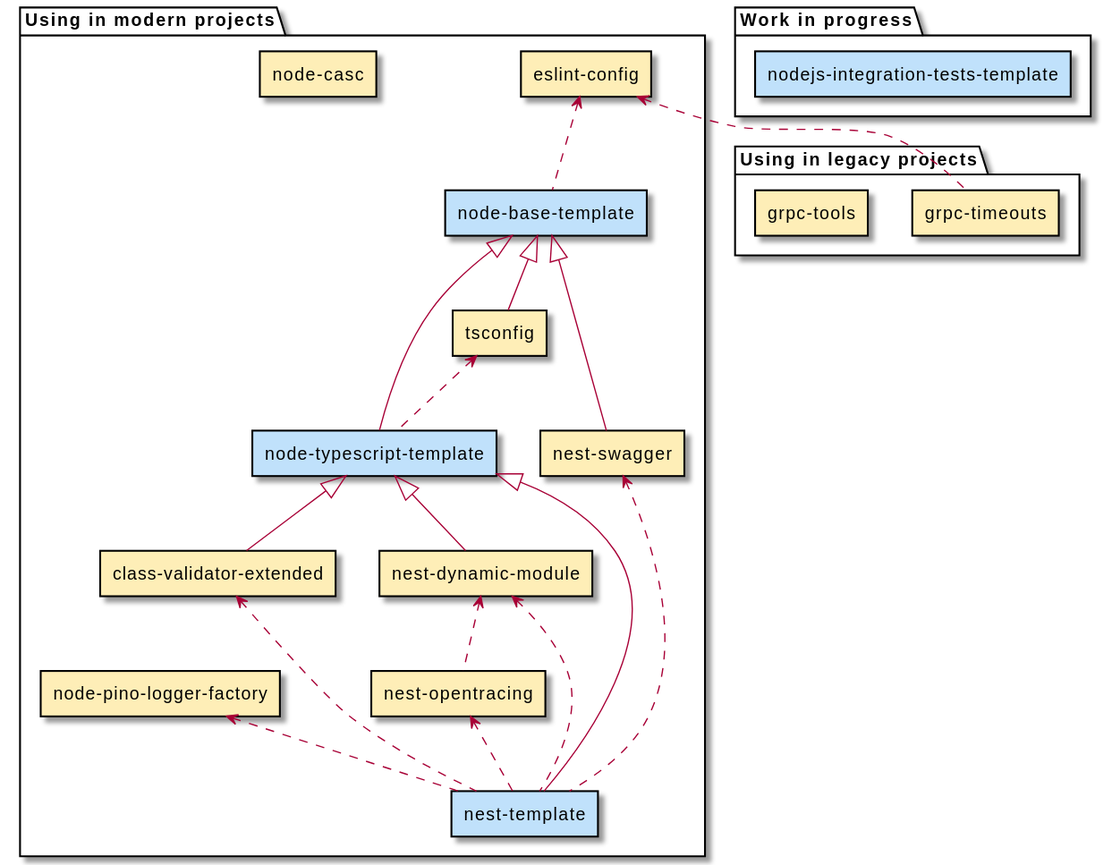
Earlier version of the PlantUML export docs/nodejs.svg (Byndyusoft/awesome-byndyusoft-opensource).
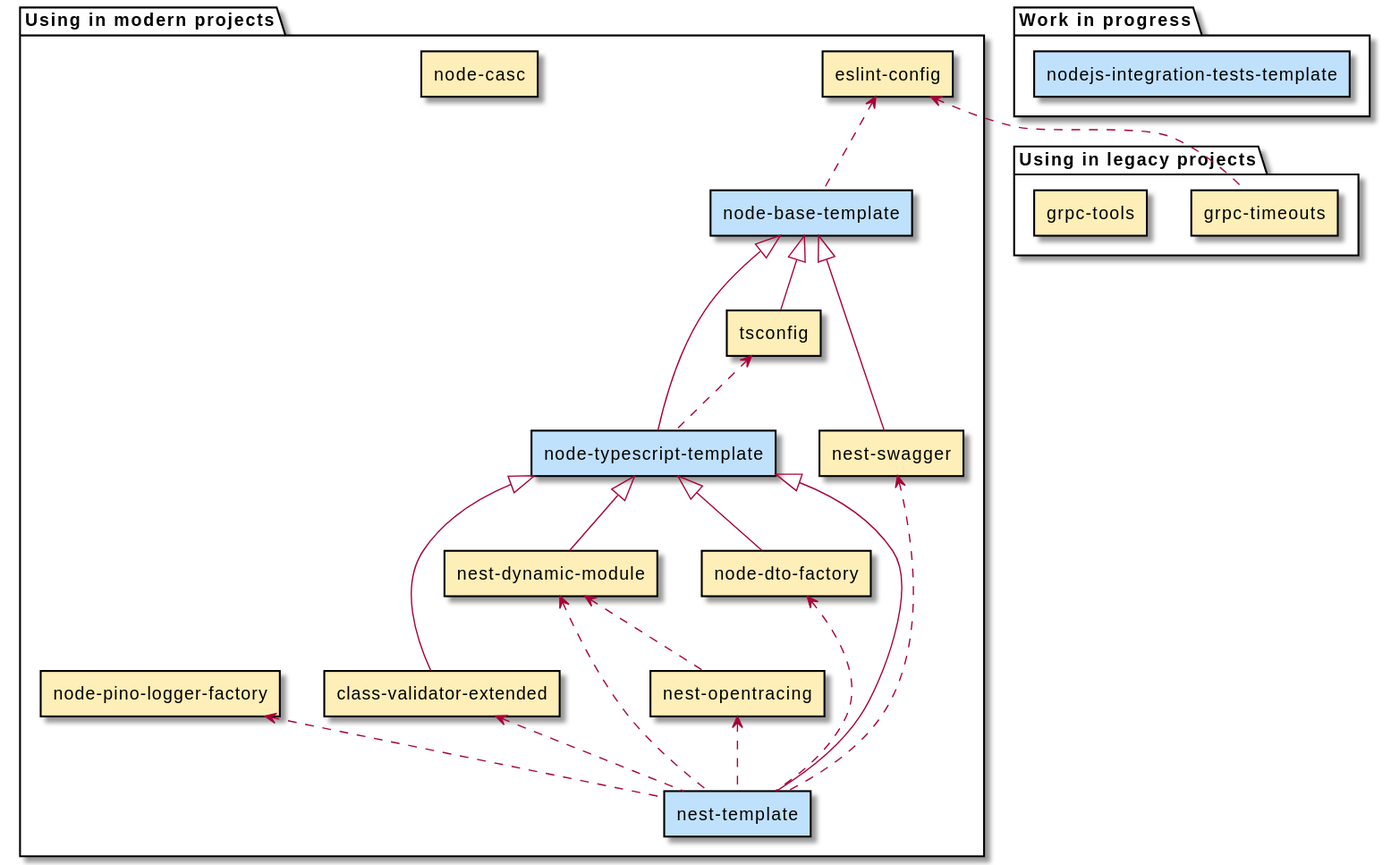
After the change.

The edit, as a diff of the source:
```diff
@@ -13,6 +13,7 @@
   PACKAGE("nest-opentracing")
   PACKAGE("nest-swagger")
   PACKAGE("node-casc")
+  PACKAGE("node-dto-factory")
   PACKAGE("node-pino-logger-factory")
   PACKAGE("tsconfig")
 }
@@ -31,6 +32,7 @@
 USE("nest-template", "nest-dynamic-module")
 USE("nest-template", "nest-opentracing")
 USE("nest-template", "nest-swagger")
+USE("nest-template", "node-dto-factory")
 USE("nest-template", "node-pino-logger-factory")
 
 USE("node-base-template", "eslint-config")
@@ -46,6 +48,8 @@
 
 EXTENDS("nest-swagger", "node-base-template")
 
+EXTENDS("node-dto-factory", "node-typescript-template")
+
 EXTENDS("tsconfig", "node-base-template")
 
 USE("grpc-timeouts", "eslint-config")
```
